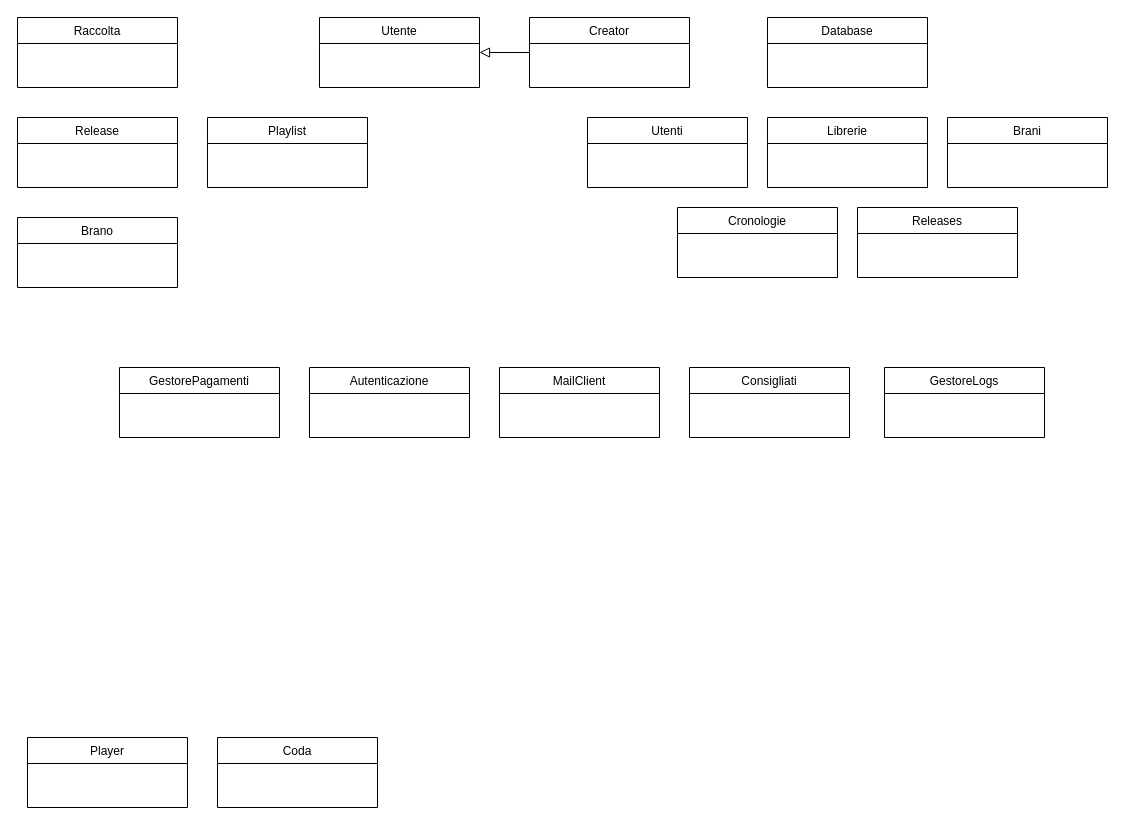
The draw.io diagram Altri diagrammi/Class Diagram.drawio in web-music-player/docs, before the edit. Source tidied: cells renumbered, new cells numbered last; positions are measured from the earlier drawing's top-left corner, leaving out a move shared by most shapes. Both pictures are drawn from the tidied source at 100%, with x=0, y=0 at pixel (17, 17).
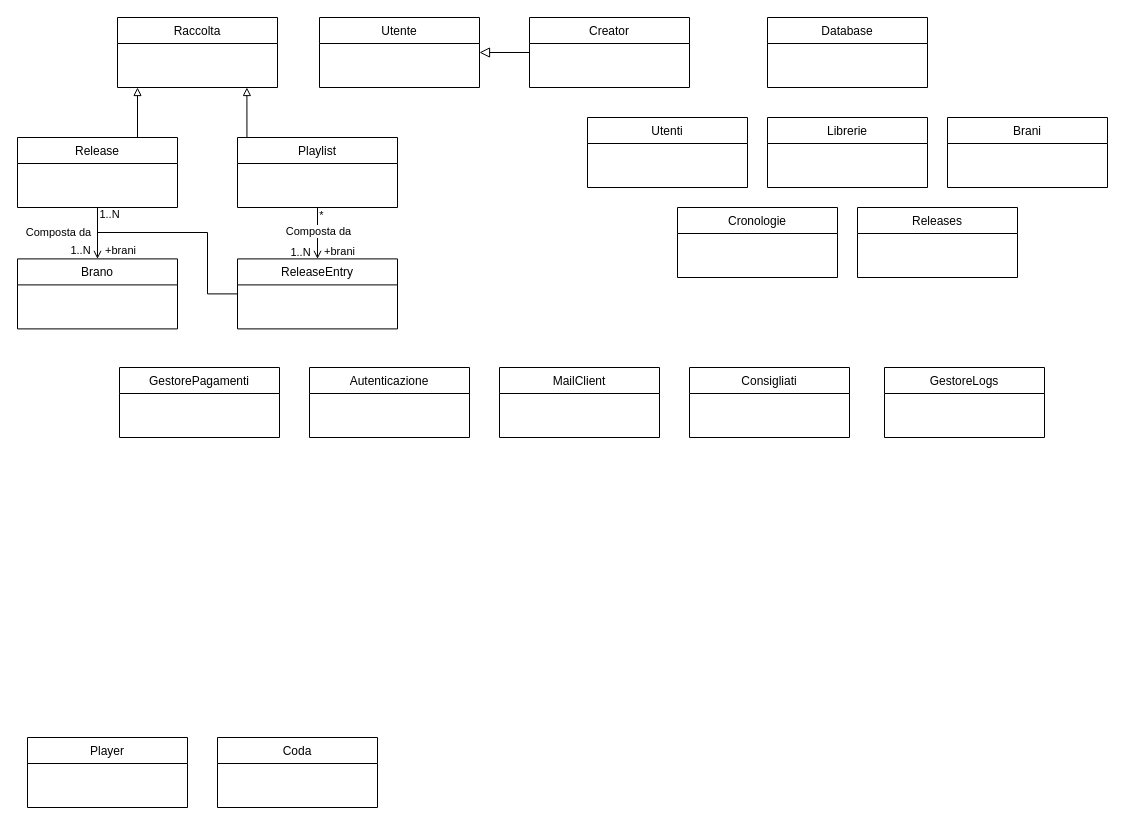
Above is the later version.

Commit message:
Aggiunte Relazioni tra Playlist, Releases e Brani

What changed in the source:
```diff
@@
     <mxCell id="3" value="Brano" style="swimlane;fontStyle=0;align=center;verticalAlign=top;horizontal=1;startSize=26;rounded=0;shadow=0;strokeWidth=1;" parent="1" vertex="1">
-      <mxGeometry y="200" width="160" height="70" as="geometry" />
+      <mxGeometry y="241.4" width="160" height="70" as="geometry" />
     </mxCell>
+    <mxCell id="22" style="edgeStyle=orthogonalEdgeStyle;rounded=0;jettySize=auto;html=1;exitX=0.5;exitY=1;exitDx=0;exitDy=0;entryX=0.5;entryY=0;entryDx=0;entryDy=0;startArrow=none;startFill=0;endArrow=open;endFill=0;" parent="1" edge="1" source="4" target="3">
+      <mxGeometry relative="1" as="geometry" />
+    </mxCell>
+    <mxCell id="23" value="+brani" style="edgeLabel;html=1;align=center;verticalAlign=middle;" parent="22" vertex="1">
+      <mxGeometry x="0.25" relative="1" as="geometry">
+        <mxPoint x="22" y="10" as="offset" />
+      </mxGeometry>
+    </mxCell>
+    <mxCell id="24" value="1..N" style="edgeLabel;html=1;align=center;verticalAlign=middle;" parent="22" vertex="1">
+      <mxGeometry x="0.25" y="-1" relative="1" as="geometry">
+        <mxPoint x="-17" y="10" as="offset" />
+      </mxGeometry>
+    </mxCell>
+    <mxCell id="25" value="1..N" style="edgeLabel;html=1;align=center;verticalAlign=middle;" parent="22" vertex="1">
+      <mxGeometry x="-0.75" y="-1" relative="1" as="geometry">
+        <mxPoint x="12" as="offset" />
+      </mxGeometry>
+    </mxCell>
+    <mxCell id="26" value="Composta da" style="edgeLabel;html=1;align=center;verticalAlign=middle;" parent="22" vertex="1">
+      <mxGeometry x="-0.24" relative="1" as="geometry">
+        <mxPoint x="-40" y="4" as="offset" />
+      </mxGeometry>
+    </mxCell>
     <mxCell id="4" value="Release" style="swimlane;fontStyle=0;align=center;verticalAlign=top;horizontal=1;startSize=26;rounded=0;shadow=0;strokeWidth=1;" parent="1" vertex="1">
-      <mxGeometry y="100" width="160" height="70" as="geometry" />
+      <mxGeometry y="120" width="160" height="70" as="geometry" />
     </mxCell>
+    <mxCell id="27" style="edgeStyle=orthogonalEdgeStyle;rounded=0;jettySize=auto;html=1;exitX=0.5;exitY=1;exitDx=0;exitDy=0;entryX=0.5;entryY=0;entryDx=0;entryDy=0;startArrow=none;startFill=0;endArrow=open;endFill=0;" parent="1" edge="1" source="5" target="34">
+      <mxGeometry relative="1" as="geometry" />
+    </mxCell>
+    <mxCell id="28" value="1..N" style="edgeLabel;html=1;align=center;verticalAlign=middle;" parent="27" vertex="1">
+      <mxGeometry x="0.73" relative="1" as="geometry">
+        <mxPoint x="-18" as="offset" />
+      </mxGeometry>
+    </mxCell>
+    <mxCell id="29" value="+brani" style="edgeLabel;html=1;align=center;verticalAlign=middle;" parent="27" vertex="1">
+      <mxGeometry x="0.26" y="1" relative="1" as="geometry">
+        <mxPoint x="20" y="11" as="offset" />
+      </mxGeometry>
+    </mxCell>
+    <mxCell id="30" value="Composta da" style="edgeLabel;html=1;align=center;verticalAlign=middle;" parent="27" vertex="1">
+      <mxGeometry x="-0.2" y="-1" relative="1" as="geometry">
+        <mxPoint x="1" y="2" as="offset" />
+      </mxGeometry>
+    </mxCell>
+    <mxCell id="31" value="*" style="edgeLabel;html=1;align=center;verticalAlign=middle;" parent="27" vertex="1">
+      <mxGeometry x="-0.88" relative="1" as="geometry">
+        <mxPoint x="3" y="4" as="offset" />
+      </mxGeometry>
+    </mxCell>
     <mxCell id="5" value="Playlist" style="swimlane;fontStyle=0;align=center;verticalAlign=top;horizontal=1;startSize=26;rounded=0;shadow=0;strokeWidth=1;" parent="1" vertex="1">
-      <mxGeometry x="190" y="100" width="160" height="70" as="geometry" />
+      <mxGeometry x="220" y="120" width="160" height="70" as="geometry" />
     </mxCell>
@@
+    <mxCell id="32" style="edgeStyle=orthogonalEdgeStyle;rounded=0;jettySize=auto;html=1;entryX=0.75;entryY=0;entryDx=0;entryDy=0;endArrow=none;endFill=0;startArrow=block;startFill=0;" parent="1" edge="1" target="4">
+      <mxGeometry relative="1" as="geometry">
+        <mxPoint x="120" y="70" as="sourcePoint" />
+        <Array as="points">
+          <mxPoint x="120" y="70" />
+        </Array>
+      </mxGeometry>
+    </mxCell>
+    <mxCell id="33" style="edgeStyle=orthogonalEdgeStyle;rounded=0;jettySize=auto;html=1;entryX=0.059;entryY=-0.004;entryDx=0;entryDy=0;startArrow=block;startFill=0;endArrow=none;endFill=0;entryPerimeter=0;" parent="1" edge="1" target="5">
+      <mxGeometry relative="1" as="geometry">
+        <mxPoint x="230" y="70" as="sourcePoint" />
+        <Array as="points">
+          <mxPoint x="230" y="120" />
+        </Array>
+      </mxGeometry>
+    </mxCell>
     <mxCell id="21" value="Raccolta" style="swimlane;fontStyle=0;align=center;verticalAlign=top;horizontal=1;startSize=26;rounded=0;shadow=0;strokeWidth=1;" parent="1" vertex="1">
-      <mxGeometry width="160" height="70" as="geometry" />
+      <mxGeometry x="100" width="160" height="70" as="geometry" />
     </mxCell>
+    <mxCell id="34" value="ReleaseEntry" style="swimlane;fontStyle=0;align=center;verticalAlign=top;horizontal=1;startSize=26;rounded=0;shadow=0;strokeWidth=1;" parent="1" vertex="1">
+      <mxGeometry x="220" y="241.4" width="160" height="70" as="geometry" />
+    </mxCell>
+    <mxCell id="35" style="edgeStyle=orthogonalEdgeStyle;rounded=0;jettySize=auto;html=1;exitX=0;exitY=0.5;exitDx=0;exitDy=0;startArrow=none;startFill=0;endArrow=none;endFill=0;" parent="1" edge="1" source="34">
+      <mxGeometry relative="1" as="geometry">
+        <mxPoint x="80" y="215" as="targetPoint" />
+        <Array as="points">
+          <mxPoint x="190" y="276" />
+          <mxPoint x="190" y="215" />
+        </Array>
+      </mxGeometry>
+    </mxCell>
```
